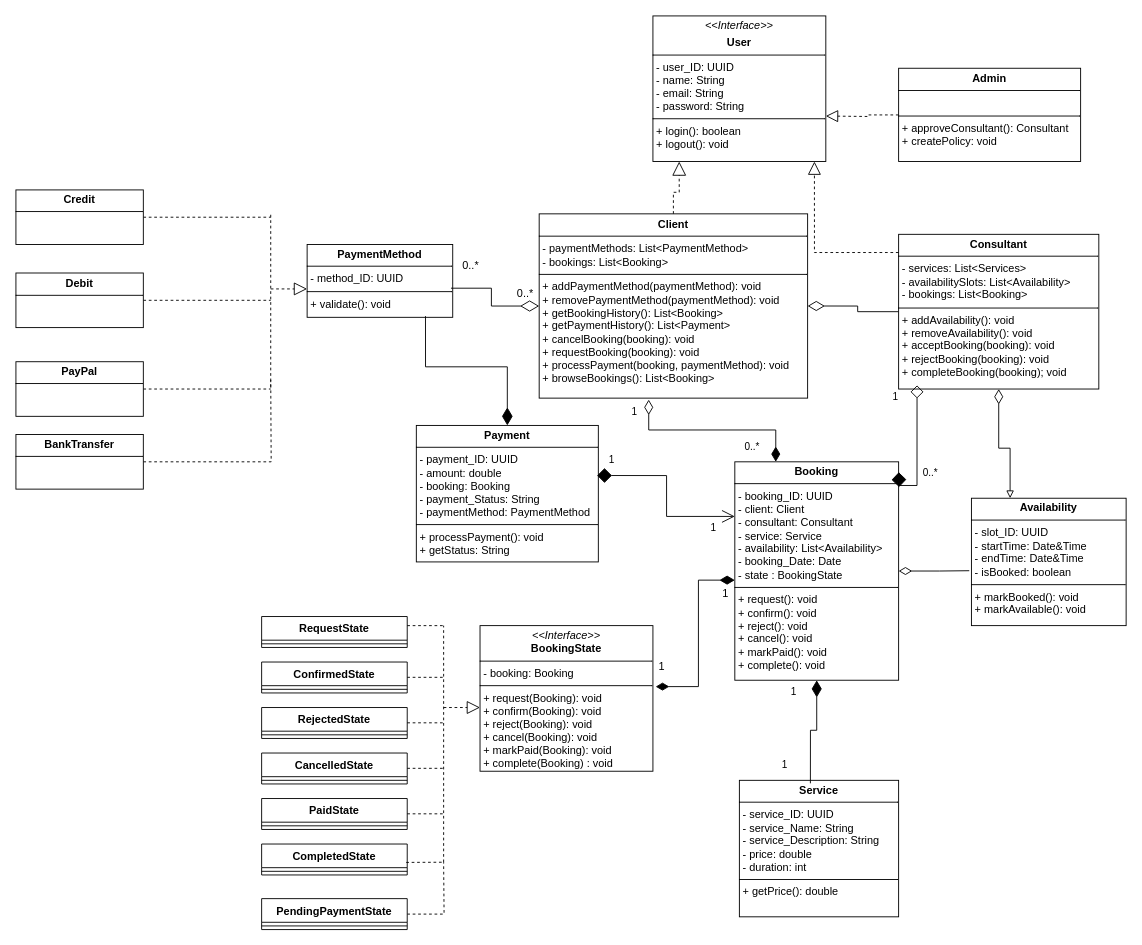
The draw.io diagram UML Diagrams/Class Diagrams/Class_Diagram_src.drawio.xml in yamintayyar/eecs3311-project, before the edit. Source tidied: cells renumbered, new cells numbered last; positions are measured from the earlier drawing's top-left corner, leaving out a move shared by most shapes. Both pictures are drawn from the tidied source at 91%, with x=0, y=0 at pixel (15, 15).
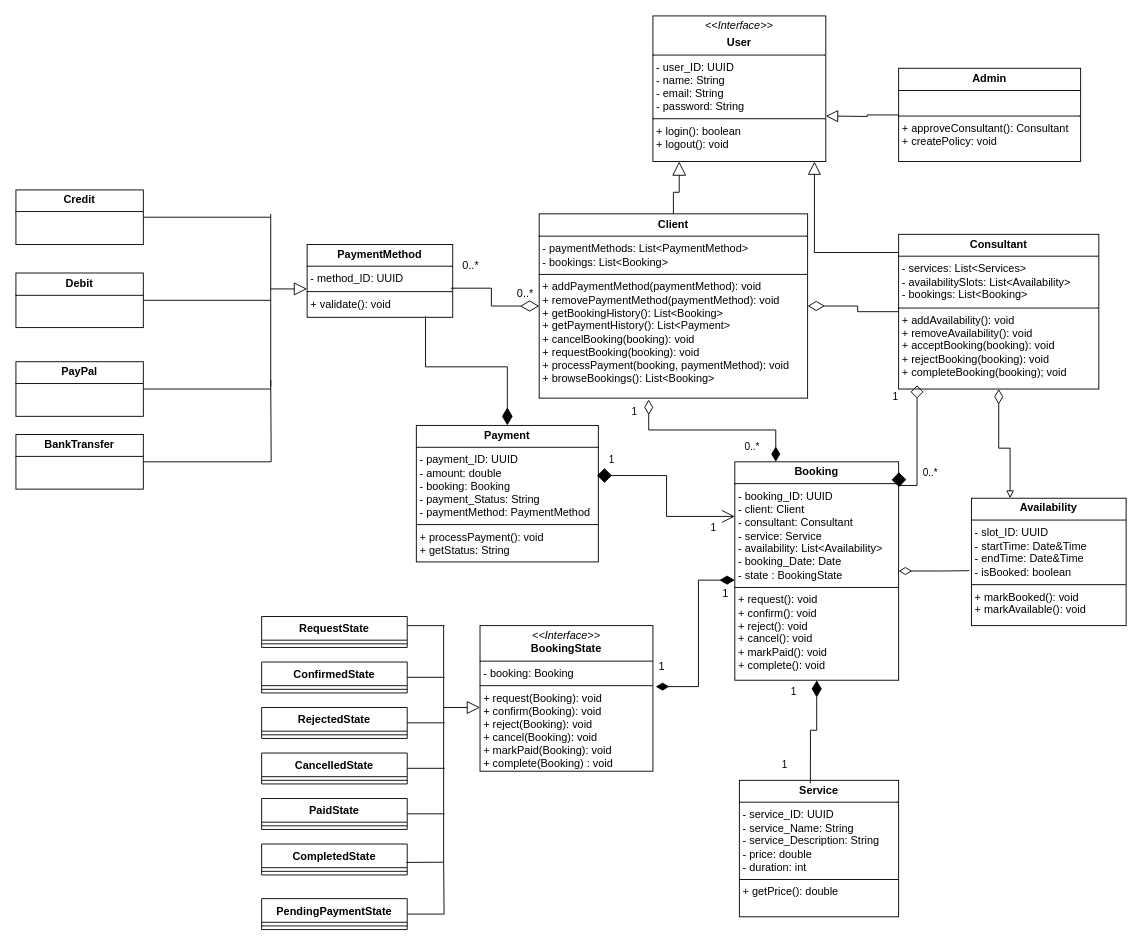
Above is the later version.

Commit message:
Fix inheritance arrows

The change refers to these unchanged cells:
```xml
<mxCell id="2" value="&lt;p style=&quot;margin:0px;margin-top:4px;text-align:center;&quot;&gt;&lt;i&gt;&amp;lt;&amp;lt;Interface&amp;gt;&amp;gt;&lt;/i&gt;&lt;/p&gt;&lt;p style=&quot;margin:0px;margin-top:4px;text-align:center;&quot;&gt;&lt;b&gt;User&lt;/b&gt;&lt;/p&gt;&lt;hr size=&quot;1&quot; style=&quot;border-style:solid;&quot;&gt;&lt;p style=&quot;margin:0px;margin-left:4px;&quot;&gt;- user_ID: UUID&lt;/p&gt;&lt;p style=&quot;margin:0px;margin-left:4px;&quot;&gt;- name: String&lt;/p&gt;&lt;p style=&quot;margin:0px;margin-left:4px;&quot;&gt;- email: String&lt;/p&gt;&lt;p style=&quot;margin:0px;margin-left:4px;&quot;&gt;- password: String&lt;/p&gt;&lt;hr size=&quot;1&quot; style=&quot;border-style:solid;&quot;&gt;&lt;p style=&quot;margin:0px;margin-left:4px;&quot;&gt;+ login(): boolean&lt;/p&gt;&lt;p style=&quot;margin:0px;margin-left:4px;&quot;&gt;+ logout(): void&lt;/p&gt;" style="verticalAlign=top;align=left;overflow=fill;html=1;whiteSpace=wrap;" parent="1" vertex="1">
  <mxGeometry x="700" width="190" height="160" as="geometry" />
</mxCell>
<mxCell id="5" value="&lt;p style=&quot;margin:0px;margin-top:4px;text-align:center;&quot;&gt;&lt;b&gt;Client&lt;/b&gt;&lt;/p&gt;&lt;hr size=&quot;1&quot; style=&quot;border-style:solid;&quot;&gt;&lt;p style=&quot;margin:0px;margin-left:4px;&quot;&gt;- paymentMethods: List&amp;lt;PaymentMethod&amp;gt;&lt;/p&gt;&lt;p style=&quot;margin:0px;margin-left:4px;&quot;&gt;- bookings: List&amp;lt;Booking&amp;gt;&lt;/p&gt;&lt;hr size=&quot;1&quot; style=&quot;border-style:solid;&quot;&gt;&lt;p style=&quot;margin:0px;margin-left:4px;&quot;&gt;+ addPaymentMethod(paymentMethod): void&lt;/p&gt;&lt;p style=&quot;margin:0px;margin-left:4px;&quot;&gt;+ removePaymentMethod(&lt;span style=&quot;background-color: transparent; color: light-dark(rgb(0, 0, 0), rgb(255, 255, 255));&quot;&gt;paymentMethod&lt;/span&gt;&lt;span style=&quot;background-color: transparent; color: light-dark(rgb(0, 0, 0), rgb(255, 255, 255));&quot;&gt;): void&lt;/span&gt;&lt;/p&gt;&lt;p style=&quot;margin:0px;margin-left:4px;&quot;&gt;+ getBookingHistory(): List&amp;lt;Booking&amp;gt;&lt;/p&gt;&lt;p style=&quot;margin:0px;margin-left:4px;&quot;&gt;+ getPaymentHistory(): List&amp;lt;Payment&amp;gt;&lt;/p&gt;&lt;p style=&quot;margin:0px;margin-left:4px;&quot;&gt;+ cancelBooking(booking): void&lt;/p&gt;&lt;p style=&quot;margin:0px;margin-left:4px;&quot;&gt;+ requestBooking(booking): void&lt;/p&gt;&lt;p style=&quot;margin:0px;margin-left:4px;&quot;&gt;+ processPayment(booking, paymentMethod): void&lt;/p&gt;&lt;p style=&quot;margin:0px;margin-left:4px;&quot;&gt;+ browseBookings(): List&amp;lt;Booking&amp;gt;&lt;/p&gt;" style="verticalAlign=top;align=left;overflow=fill;html=1;whiteSpace=wrap;" parent="1" vertex="1">
  <mxGeometry x="575" y="217.5" width="295" height="202.5" as="geometry" />
</mxCell>
<mxCell id="7" value="&lt;p style=&quot;margin:0px;margin-top:4px;text-align:center;&quot;&gt;&lt;b&gt;Consultant&lt;/b&gt;&lt;/p&gt;&lt;hr size=&quot;1&quot; style=&quot;border-style:solid;&quot;&gt;&lt;p style=&quot;margin:0px;margin-left:4px;&quot;&gt;- services: List&amp;lt;Services&amp;gt;&lt;/p&gt;&lt;p style=&quot;margin:0px;margin-left:4px;&quot;&gt;- availabilitySlots: List&amp;lt;Availability&amp;gt;&lt;/p&gt;&lt;p style=&quot;margin:0px;margin-left:4px;&quot;&gt;- bookings: List&amp;lt;Booking&amp;gt;&lt;/p&gt;&lt;hr size=&quot;1&quot; style=&quot;border-style:solid;&quot;&gt;&lt;p style=&quot;margin:0px;margin-left:4px;&quot;&gt;+ addAvailability(): void&lt;/p&gt;&lt;p style=&quot;margin:0px;margin-left:4px;&quot;&gt;+ removeAvailability(): void&lt;/p&gt;&lt;p style=&quot;margin:0px;margin-left:4px;&quot;&gt;+ acceptBooking(booking): void&lt;/p&gt;&lt;p style=&quot;margin:0px;margin-left:4px;&quot;&gt;+ rejectBooking(booking): void&lt;/p&gt;&lt;p style=&quot;margin:0px;margin-left:4px;&quot;&gt;+ completeBooking(booking); void&lt;/p&gt;&lt;p style=&quot;margin:0px;margin-left:4px;&quot;&gt;&lt;br&gt;&lt;/p&gt;" style="verticalAlign=top;align=left;overflow=fill;html=1;whiteSpace=wrap;" parent="1" vertex="1">
  <mxGeometry x="970" y="240" width="220" height="170" as="geometry" />
</mxCell>
<mxCell id="8" value="&lt;p style=&quot;margin:0px;margin-top:4px;text-align:center;&quot;&gt;&lt;b&gt;Admin&lt;/b&gt;&lt;/p&gt;&lt;hr size=&quot;1&quot; style=&quot;border-style:solid;&quot;&gt;&lt;p style=&quot;margin:0px;margin-left:4px;&quot;&gt;&lt;br&gt;&lt;/p&gt;&lt;hr size=&quot;1&quot; style=&quot;border-style:solid;&quot;&gt;&lt;p style=&quot;margin:0px;margin-left:4px;&quot;&gt;+ approveConsultant(): Consultant&lt;/p&gt;&lt;p style=&quot;margin:0px;margin-left:4px;&quot;&gt;+ createPolicy: void&lt;/p&gt;" style="verticalAlign=top;align=left;overflow=fill;html=1;whiteSpace=wrap;" parent="1" vertex="1">
  <mxGeometry x="970" y="57.5" width="200" height="102.5" as="geometry" />
</mxCell>
<mxCell id="27" value="&lt;p style=&quot;margin:0px;margin-top:4px;text-align:center;&quot;&gt;&lt;b&gt;PayPal&lt;/b&gt;&lt;/p&gt;&lt;hr size=&quot;1&quot; style=&quot;border-style:solid;&quot;&gt;&lt;div style=&quot;height:2px;&quot;&gt;&lt;/div&gt;" style="verticalAlign=top;align=left;overflow=fill;html=1;whiteSpace=wrap;" parent="1" vertex="1">
  <mxGeometry y="380" width="140" height="60" as="geometry" />
</mxCell>
<mxCell id="29" value="&lt;p style=&quot;margin:0px;margin-top:4px;text-align:center;&quot;&gt;&lt;b&gt;Debit&lt;/b&gt;&lt;/p&gt;&lt;hr size=&quot;1&quot; style=&quot;border-style:solid;&quot;&gt;&lt;div style=&quot;height:2px;&quot;&gt;&lt;/div&gt;" style="verticalAlign=top;align=left;overflow=fill;html=1;whiteSpace=wrap;" parent="1" vertex="1">
  <mxGeometry y="282.5" width="140" height="60" as="geometry" />
</mxCell>
<mxCell id="31" value="&lt;p style=&quot;margin:0px;margin-top:4px;text-align:center;&quot;&gt;&lt;b&gt;BankTransfer&lt;/b&gt;&lt;/p&gt;&lt;hr size=&quot;1&quot; style=&quot;border-style:solid;&quot;&gt;&lt;div style=&quot;height:2px;&quot;&gt;&lt;/div&gt;" style="verticalAlign=top;align=left;overflow=fill;html=1;whiteSpace=wrap;" parent="1" vertex="1">
  <mxGeometry y="460" width="140" height="60" as="geometry" />
</mxCell>
<mxCell id="33" value="&lt;p style=&quot;margin:0px;margin-top:4px;text-align:center;&quot;&gt;&lt;b&gt;Credit&lt;/b&gt;&lt;/p&gt;&lt;hr size=&quot;1&quot; style=&quot;border-style:solid;&quot;&gt;&lt;div style=&quot;height:2px;&quot;&gt;&lt;/div&gt;" style="verticalAlign=top;align=left;overflow=fill;html=1;whiteSpace=wrap;" parent="1" vertex="1">
  <mxGeometry y="191.2" width="140" height="60" as="geometry" />
</mxCell>
<mxCell id="45" value="CompletedState" style="swimlane;fontStyle=1;align=center;verticalAlign=top;horizontal=1;startSize=26;whiteSpace=wrap;html=1;" parent="1" vertex="1">
  <mxGeometry x="270" y="910" width="160" height="34" as="geometry" />
</mxCell>
<mxCell id="57" value="PendingPaymentState" style="swimlane;fontStyle=1;align=center;verticalAlign=top;horizontal=1;startSize=26;whiteSpace=wrap;html=1;" parent="1" vertex="1">
  <mxGeometry x="270" y="970" width="160" height="34" as="geometry" />
</mxCell>
```

Change to the diagram source:
```diff
@@
-    <mxCell id="4" style="edgeStyle=orthogonalEdgeStyle;rounded=0;jettySize=auto;html=1;entryX=0.152;entryY=1;entryDx=0;entryDy=0;entryPerimeter=0;endArrow=block;endFill=0;endSize=13;dashed=1;" parent="1" edge="1" source="5" target="2">
+    <mxCell id="4" style="edgeStyle=orthogonalEdgeStyle;rounded=0;jettySize=auto;html=1;entryX=0.152;entryY=1;entryDx=0;entryDy=0;entryPerimeter=0;endArrow=block;endFill=0;endSize=13;" parent="1" edge="1" source="5" target="2">
       <mxGeometry relative="1" as="geometry" />
     </mxCell>
@@
-    <mxCell id="26" style="edgeStyle=orthogonalEdgeStyle;rounded=0;jettySize=auto;html=1;dashed=1;endArrow=none;endFill=0;" parent="1" edge="1" source="27">
+    <mxCell id="26" style="edgeStyle=orthogonalEdgeStyle;rounded=0;jettySize=auto;html=1;endArrow=none;endFill=0;" parent="1" edge="1" source="27">
       <mxGeometry relative="1" as="geometry">
         <mxPoint x="280" y="410" as="targetPoint" />
       </mxGeometry>
     </mxCell>
@@
-    <mxCell id="28" style="edgeStyle=orthogonalEdgeStyle;rounded=0;jettySize=auto;html=1;dashed=1;endArrow=none;endFill=0;" parent="1" edge="1" source="29">
+    <mxCell id="28" style="edgeStyle=orthogonalEdgeStyle;rounded=0;jettySize=auto;html=1;endArrow=none;endFill=0;" parent="1" edge="1" source="29">
       <mxGeometry relative="1" as="geometry">
         <mxPoint x="280" y="312.5" as="targetPoint" />
       </mxGeometry>
     </mxCell>
@@
-    <mxCell id="30" style="edgeStyle=orthogonalEdgeStyle;rounded=0;jettySize=auto;html=1;endArrow=none;endFill=0;dashed=1;" parent="1" edge="1" source="31">
+    <mxCell id="30" style="edgeStyle=orthogonalEdgeStyle;rounded=0;jettySize=auto;html=1;endArrow=none;endFill=0;" parent="1" edge="1" source="31">
       <mxGeometry relative="1" as="geometry">
         <mxPoint x="280" y="400" as="targetPoint" />
       </mxGeometry>
     </mxCell>
@@
-    <mxCell id="32" style="edgeStyle=orthogonalEdgeStyle;rounded=0;jettySize=auto;html=1;endArrow=none;endFill=0;dashed=1;" parent="1" edge="1" source="33">
+    <mxCell id="32" style="edgeStyle=orthogonalEdgeStyle;rounded=0;jettySize=auto;html=1;endArrow=none;endFill=0;" parent="1" edge="1" source="33">
       <mxGeometry relative="1" as="geometry">
         <mxPoint x="280" y="221.2" as="targetPoint" />
       </mxGeometry>
     </mxCell>
@@
-    <mxCell id="47" style="endArrow=block;dashed=1;endFill=0;endSize=12;html=1;rounded=0;" parent="1" edge="1">
+    <mxCell id="47" style="endArrow=block;endFill=0;endSize=12;html=1;rounded=0;" parent="1" edge="1">
       <mxGeometry relative="1" as="geometry">
         <mxPoint x="470" y="760" as="sourcePoint" />
         <mxPoint x="510" y="760" as="targetPoint" />
       </mxGeometry>
     </mxCell>
-    <mxCell id="48" style="endArrow=none;dashed=1;html=1;rounded=0;" parent="1" edge="1">
+    <mxCell id="48" style="endArrow=none;html=1;rounded=0;" parent="1" edge="1">
       <mxGeometry relative="1" as="geometry">
         <mxPoint x="470" y="930" as="sourcePoint" />
         <mxPoint x="470" y="670" as="targetPoint" />
       </mxGeometry>
     </mxCell>
-    <mxCell id="49" style="endArrow=none;dashed=1;html=1;rounded=0;exitX=0.993;exitY=0.594;exitDx=0;exitDy=0;exitPerimeter=0;" parent="1" edge="1" source="45">
+    <mxCell id="49" style="endArrow=none;html=1;rounded=0;exitX=0.993;exitY=0.594;exitDx=0;exitDy=0;exitPerimeter=0;" parent="1" edge="1" source="45">
       <mxGeometry relative="1" as="geometry">
         <mxPoint x="470" y="930" as="targetPoint" />
       </mxGeometry>
     </mxCell>
-    <mxCell id="50" style="endArrow=none;dashed=1;html=1;rounded=0;exitX=0.993;exitY=0.594;exitDx=0;exitDy=0;exitPerimeter=0;" parent="1" edge="1">
+    <mxCell id="50" style="endArrow=none;html=1;rounded=0;exitX=0.993;exitY=0.594;exitDx=0;exitDy=0;exitPerimeter=0;" parent="1" edge="1">
       <mxGeometry relative="1" as="geometry">
         <mxPoint x="430" y="876.8" as="sourcePoint" />
         <mxPoint x="471" y="876.8" as="targetPoint" />
       </mxGeometry>
     </mxCell>
-    <mxCell id="51" style="endArrow=none;dashed=1;html=1;rounded=0;exitX=0.993;exitY=0.594;exitDx=0;exitDy=0;exitPerimeter=0;" parent="1" edge="1">
+    <mxCell id="51" style="endArrow=none;html=1;rounded=0;exitX=0.993;exitY=0.594;exitDx=0;exitDy=0;exitPerimeter=0;" parent="1" edge="1">
       <mxGeometry relative="1" as="geometry">
         <mxPoint x="430" y="826.8" as="sourcePoint" />
         <mxPoint x="471" y="826.8" as="targetPoint" />
       </mxGeometry>
     </mxCell>
-    <mxCell id="52" style="endArrow=none;dashed=1;html=1;rounded=0;exitX=0.993;exitY=0.594;exitDx=0;exitDy=0;exitPerimeter=0;" parent="1" edge="1">
+    <mxCell id="52" style="endArrow=none;html=1;rounded=0;exitX=0.993;exitY=0.594;exitDx=0;exitDy=0;exitPerimeter=0;" parent="1" edge="1">
       <mxGeometry relative="1" as="geometry">
         <mxPoint x="430" y="776.8" as="sourcePoint" />
         <mxPoint x="471" y="776.8" as="targetPoint" />
       </mxGeometry>
     </mxCell>
-    <mxCell id="53" style="endArrow=none;dashed=1;html=1;rounded=0;exitX=0.993;exitY=0.594;exitDx=0;exitDy=0;exitPerimeter=0;" parent="1" edge="1">
+    <mxCell id="53" style="endArrow=none;html=1;rounded=0;exitX=0.993;exitY=0.594;exitDx=0;exitDy=0;exitPerimeter=0;" parent="1" edge="1">
       <mxGeometry relative="1" as="geometry">
         <mxPoint x="430" y="726.8" as="sourcePoint" />
         <mxPoint x="471" y="726.8" as="targetPoint" />
       </mxGeometry>
     </mxCell>
-    <mxCell id="54" style="endArrow=none;dashed=1;html=1;rounded=0;exitX=0.993;exitY=0.594;exitDx=0;exitDy=0;exitPerimeter=0;" parent="1" edge="1">
+    <mxCell id="54" style="endArrow=none;html=1;rounded=0;exitX=0.993;exitY=0.594;exitDx=0;exitDy=0;exitPerimeter=0;" parent="1" edge="1">
       <mxGeometry relative="1" as="geometry">
         <mxPoint x="430" y="670" as="sourcePoint" />
         <mxPoint x="471" y="670" as="targetPoint" />
       </mxGeometry>
     </mxCell>
@@
-    <mxCell id="56" style="edgeStyle=orthogonalEdgeStyle;rounded=0;jettySize=auto;html=1;endArrow=none;endFill=0;dashed=1;" parent="1" edge="1" source="57">
+    <mxCell id="56" style="edgeStyle=orthogonalEdgeStyle;rounded=0;jettySize=auto;html=1;endArrow=none;endFill=0;" parent="1" edge="1" source="57">
       <mxGeometry relative="1" as="geometry">
         <mxPoint x="470" y="930" as="targetPoint" />
       </mxGeometry>
     </mxCell>
@@
-    <mxCell id="63" style="endArrow=block;dashed=1;endFill=0;endSize=12;html=1;rounded=0;" parent="1" edge="1">
+    <mxCell id="63" style="endArrow=block;endFill=0;endSize=12;html=1;rounded=0;" parent="1" edge="1">
       <mxGeometry relative="1" as="geometry">
         <mxPoint x="280" y="300" as="sourcePoint" />
         <mxPoint x="320" y="300" as="targetPoint" />
       </mxGeometry>
     </mxCell>
-    <mxCell id="64" style="endArrow=none;dashed=1;html=1;rounded=0;" parent="1" edge="1">
+    <mxCell id="64" style="endArrow=none;html=1;rounded=0;" parent="1" edge="1">
       <mxGeometry relative="1" as="geometry">
         <mxPoint x="280" y="407.5" as="sourcePoint" />
         <mxPoint x="280" y="217.5" as="targetPoint" />
       </mxGeometry>
     </mxCell>
-    <mxCell id="65" style="edgeStyle=orthogonalEdgeStyle;rounded=0;jettySize=auto;html=1;endArrow=block;endFill=0;dashed=1;endSize=11;" parent="1" edge="1" source="8">
+    <mxCell id="65" style="edgeStyle=orthogonalEdgeStyle;rounded=0;jettySize=auto;html=1;endArrow=block;endFill=0;endSize=11;" parent="1" edge="1" source="8">
       <mxGeometry relative="1" as="geometry">
         <mxPoint x="890" y="110" as="targetPoint" />
       </mxGeometry>
     </mxCell>
-    <mxCell id="66" style="edgeStyle=orthogonalEdgeStyle;rounded=0;jettySize=auto;html=1;entryX=0.934;entryY=1;entryDx=0;entryDy=0;entryPerimeter=0;endArrow=block;endFill=0;endSize=12;dashed=1;" parent="1" edge="1" source="7" target="2">
+    <mxCell id="66" style="edgeStyle=orthogonalEdgeStyle;rounded=0;jettySize=auto;html=1;entryX=0.934;entryY=1;entryDx=0;entryDy=0;entryPerimeter=0;endArrow=block;endFill=0;endSize=12;" parent="1" edge="1" source="7" target="2">
       <mxGeometry relative="1" as="geometry">
         <Array as="points">
           <mxPoint x="878" y="260" />
         </Array>
       </mxGeometry>
     </mxCell>
```
